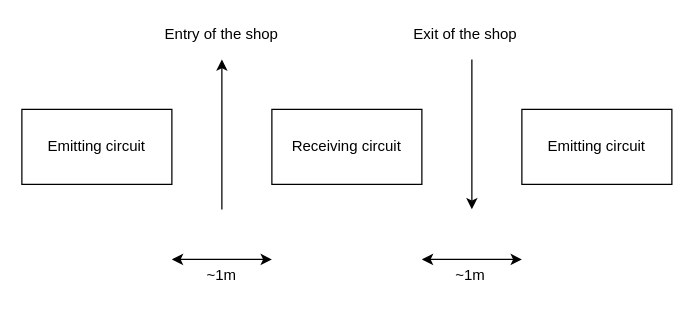
Above: 4_final_report/diagram.drawio in OlivierJoris/Shop-customer-counter (draw.io), before the change. Source tidied: cells renumbered, new cells numbered last; positions are measured from the earlier drawing's top-left corner, leaving out a move shared by most shapes. Both pictures are drawn from the tidied source at 125%, with x=0, y=0 at pixel (21, 21). Pictures stored in the file or linked from it are replaced by grey dashed boxes.
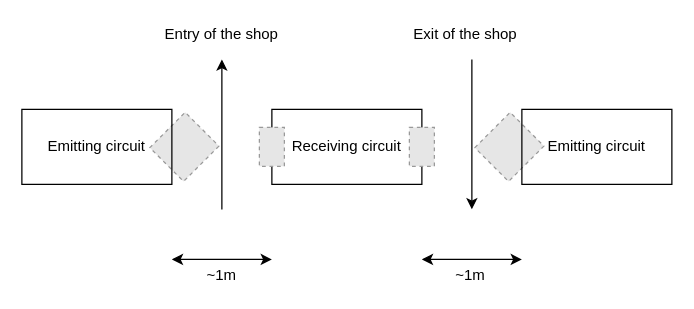
The same diagram, later.

The edit, as a diff of the source:
```diff
@@
+    <mxCell id="13" style="fillColor=#E6E6E6;strokeColor=#999999;dashed=1;verticalLabelPosition=bottom;labelBackgroundColor=#ffffff;verticalAlign=top;rotation=-45;" parent="1" vertex="1">
+      <mxGeometry x="370" y="80.9" width="40" height="38.2" as="geometry" />
+    </mxCell>
+    <mxCell id="14" style="fillColor=#E6E6E6;strokeColor=#999999;dashed=1;verticalLabelPosition=bottom;labelBackgroundColor=#ffffff;verticalAlign=top;rotation=-225;" parent="1" vertex="1">
+      <mxGeometry x="110" y="80.9" width="40" height="38.2" as="geometry" />
+    </mxCell>
@@
+    <mxCell id="15" style="fillColor=#E6E6E6;strokeColor=#999999;dashed=1;verticalLabelPosition=bottom;labelBackgroundColor=#ffffff;verticalAlign=top;" parent="1" vertex="1">
+      <mxGeometry x="190" y="84.4" width="20" height="31.1" as="geometry" />
+    </mxCell>
+    <mxCell id="16" style="fillColor=#E6E6E6;strokeColor=#999999;dashed=1;verticalLabelPosition=bottom;labelBackgroundColor=#ffffff;verticalAlign=top;" parent="1" vertex="1">
+      <mxGeometry x="310" y="84.4" width="20" height="31.1" as="geometry" />
+    </mxCell>
```
